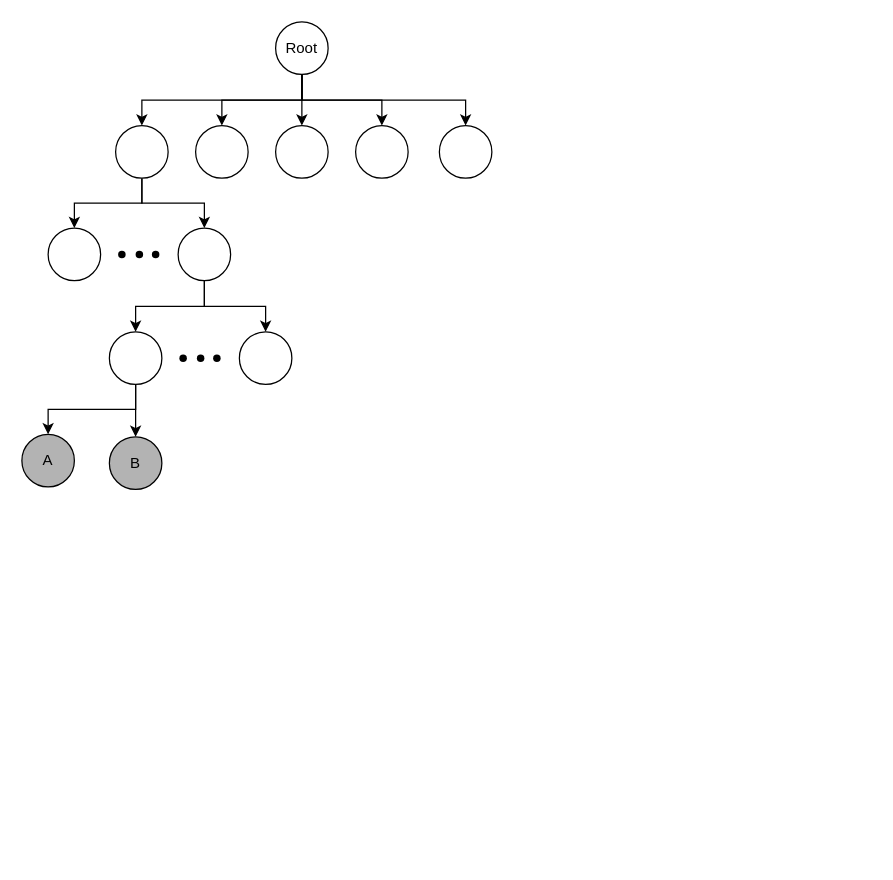
Earlier version of the draw.io diagram Pruner.drawio (peerlessbloom/Diagram). Source tidied: cells renumbered, new cells numbered last; positions are measured from the earlier drawing's top-left corner, leaving out a move shared by most shapes. Both pictures are drawn from the tidied source at 125%, with x=0, y=0 at pixel (21, 21).
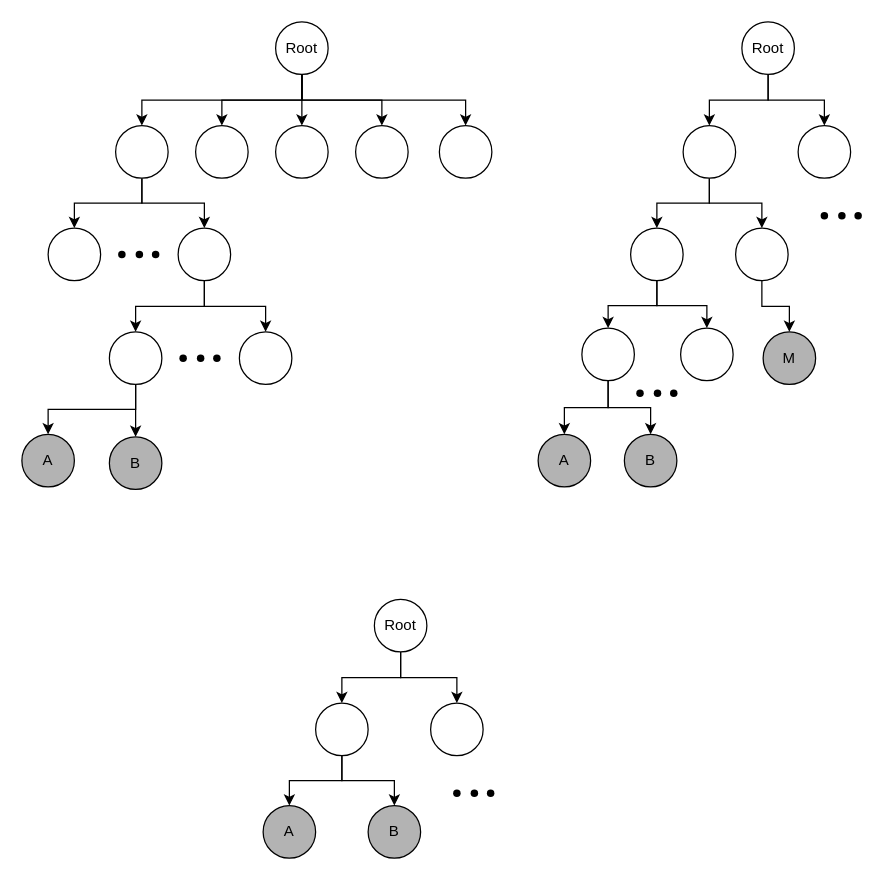
After the change.

Change to the diagram source:
```diff
@@
+    <mxCell id="31" style="edgeStyle=orthogonalEdgeStyle;rounded=0;jettySize=auto;html=1;exitX=0.5;exitY=1;exitDx=0;exitDy=0;" parent="1" edge="1" source="33" target="36">
+      <mxGeometry relative="1" as="geometry" />
+    </mxCell>
+    <mxCell id="32" style="edgeStyle=orthogonalEdgeStyle;rounded=0;jettySize=auto;html=1;exitX=0.5;exitY=1;exitDx=0;exitDy=0;" parent="1" edge="1" source="33" target="37">
+      <mxGeometry relative="1" as="geometry" />
+    </mxCell>
+    <mxCell id="33" value="Root" style="ellipse;whiteSpace=wrap;html=1;" parent="1" vertex="1">
+      <mxGeometry x="576" width="42" height="42" as="geometry" />
+    </mxCell>
+    <mxCell id="34" style="edgeStyle=orthogonalEdgeStyle;rounded=0;jettySize=auto;html=1;exitX=0.5;exitY=1;exitDx=0;exitDy=0;" parent="1" edge="1" source="36" target="40">
+      <mxGeometry relative="1" as="geometry" />
+    </mxCell>
+    <mxCell id="35" style="edgeStyle=orthogonalEdgeStyle;rounded=0;jettySize=auto;html=1;exitX=0.5;exitY=1;exitDx=0;exitDy=0;" parent="1" edge="1" source="36" target="38">
+      <mxGeometry relative="1" as="geometry" />
+    </mxCell>
+    <mxCell id="36" style="ellipse;whiteSpace=wrap;html=1;" parent="1" vertex="1">
+      <mxGeometry x="529" y="83" width="42" height="42" as="geometry" />
+    </mxCell>
+    <mxCell id="37" style="ellipse;whiteSpace=wrap;html=1;" parent="1" vertex="1">
+      <mxGeometry x="621" y="83" width="42" height="42" as="geometry" />
+    </mxCell>
+    <mxCell id="38" style="ellipse;whiteSpace=wrap;html=1;" parent="1" vertex="1">
+      <mxGeometry x="487" y="165" width="42" height="42" as="geometry" />
+    </mxCell>
+    <mxCell id="39" style="edgeStyle=orthogonalEdgeStyle;rounded=0;jettySize=auto;html=1;exitX=0.5;exitY=1;exitDx=0;exitDy=0;" parent="1" edge="1" source="40" target="67">
+      <mxGeometry relative="1" as="geometry" />
+    </mxCell>
+    <mxCell id="40" style="ellipse;whiteSpace=wrap;html=1;" parent="1" vertex="1">
+      <mxGeometry x="571" y="165" width="42" height="42" as="geometry" />
+    </mxCell>
+    <mxCell id="41" style="edgeStyle=orthogonalEdgeStyle;rounded=0;jettySize=auto;html=1;exitX=0.5;exitY=1;exitDx=0;exitDy=0;" parent="1" edge="1" source="38" target="46">
+      <mxGeometry relative="1" as="geometry" />
+    </mxCell>
+    <mxCell id="42" style="edgeStyle=orthogonalEdgeStyle;rounded=0;jettySize=auto;html=1;exitX=0.5;exitY=1;exitDx=0;exitDy=0;" parent="1" edge="1" source="38" target="45">
+      <mxGeometry relative="1" as="geometry" />
+    </mxCell>
+    <mxCell id="43" style="edgeStyle=orthogonalEdgeStyle;rounded=0;jettySize=auto;html=1;exitX=0.5;exitY=1;exitDx=0;exitDy=0;" parent="1" edge="1" source="45" target="53">
+      <mxGeometry relative="1" as="geometry" />
+    </mxCell>
+    <mxCell id="44" style="edgeStyle=orthogonalEdgeStyle;rounded=0;jettySize=auto;html=1;exitX=0.5;exitY=1;exitDx=0;exitDy=0;" parent="1" edge="1" source="45" target="54">
+      <mxGeometry relative="1" as="geometry" />
+    </mxCell>
+    <mxCell id="45" style="ellipse;whiteSpace=wrap;html=1;" parent="1" vertex="1">
+      <mxGeometry x="448" y="245" width="42" height="42" as="geometry" />
+    </mxCell>
+    <mxCell id="46" style="ellipse;whiteSpace=wrap;html=1;" parent="1" vertex="1">
+      <mxGeometry x="527" y="245" width="42" height="42" as="geometry" />
+    </mxCell>
+    <mxCell id="47" style="shape=waypoint;sketch=0;fillStyle=solid;size=6;fillColor=none;perimeter=centerPerimeter;" parent="1" vertex="1">
+      <mxGeometry x="498.5" y="287" width="20" height="20" as="geometry" />
+    </mxCell>
+    <mxCell id="48" style="shape=waypoint;sketch=0;fillStyle=solid;size=6;fillColor=none;perimeter=centerPerimeter;" parent="1" vertex="1">
+      <mxGeometry x="511.5" y="287" width="20" height="20" as="geometry" />
+    </mxCell>
+    <mxCell id="49" style="shape=waypoint;sketch=0;fillStyle=solid;size=6;fillColor=none;perimeter=centerPerimeter;" parent="1" vertex="1">
+      <mxGeometry x="484.5" y="287" width="20" height="20" as="geometry" />
+    </mxCell>
+    <mxCell id="50" style="shape=waypoint;sketch=0;fillStyle=solid;size=6;fillColor=none;perimeter=centerPerimeter;" parent="1" vertex="1">
+      <mxGeometry x="646" y="145" width="20" height="20" as="geometry" />
+    </mxCell>
+    <mxCell id="51" style="shape=waypoint;sketch=0;fillStyle=solid;size=6;fillColor=none;perimeter=centerPerimeter;" parent="1" vertex="1">
+      <mxGeometry x="659" y="145" width="20" height="20" as="geometry" />
+    </mxCell>
+    <mxCell id="52" style="shape=waypoint;sketch=0;fillStyle=solid;size=6;fillColor=none;perimeter=centerPerimeter;" parent="1" vertex="1">
+      <mxGeometry x="632" y="145" width="20" height="20" as="geometry" />
+    </mxCell>
+    <mxCell id="53" value="A" style="ellipse;whiteSpace=wrap;html=1;fillColor=#B3B3B3;" parent="1" vertex="1">
+      <mxGeometry x="413" y="330" width="42" height="42" as="geometry" />
+    </mxCell>
+    <mxCell id="54" value="B" style="ellipse;whiteSpace=wrap;html=1;fillColor=#B3B3B3;" parent="1" vertex="1">
+      <mxGeometry x="482" y="330" width="42" height="42" as="geometry" />
+    </mxCell>
+    <mxCell id="55" style="edgeStyle=orthogonalEdgeStyle;rounded=0;jettySize=auto;html=1;exitX=0.5;exitY=1;exitDx=0;exitDy=0;" parent="1" edge="1" source="57" target="60">
+      <mxGeometry relative="1" as="geometry" />
+    </mxCell>
+    <mxCell id="56" style="edgeStyle=orthogonalEdgeStyle;rounded=0;jettySize=auto;html=1;exitX=0.5;exitY=1;exitDx=0;exitDy=0;" parent="1" edge="1" source="57" target="61">
+      <mxGeometry relative="1" as="geometry" />
+    </mxCell>
+    <mxCell id="57" value="Root" style="ellipse;whiteSpace=wrap;html=1;" parent="1" vertex="1">
+      <mxGeometry x="282" y="462" width="42" height="42" as="geometry" />
+    </mxCell>
+    <mxCell id="58" style="edgeStyle=orthogonalEdgeStyle;rounded=0;jettySize=auto;html=1;exitX=0.5;exitY=1;exitDx=0;exitDy=0;" parent="1" edge="1" source="60" target="63">
+      <mxGeometry relative="1" as="geometry" />
+    </mxCell>
+    <mxCell id="59" style="edgeStyle=orthogonalEdgeStyle;rounded=0;jettySize=auto;html=1;exitX=0.5;exitY=1;exitDx=0;exitDy=0;" parent="1" edge="1" source="60" target="62">
+      <mxGeometry relative="1" as="geometry" />
+    </mxCell>
+    <mxCell id="60" style="ellipse;whiteSpace=wrap;html=1;" parent="1" vertex="1">
+      <mxGeometry x="235" y="545" width="42" height="42" as="geometry" />
+    </mxCell>
+    <mxCell id="61" style="ellipse;whiteSpace=wrap;html=1;" parent="1" vertex="1">
+      <mxGeometry x="327" y="545" width="42" height="42" as="geometry" />
+    </mxCell>
+    <mxCell id="62" value="A" style="ellipse;whiteSpace=wrap;html=1;fillColor=#B3B3B3;" parent="1" vertex="1">
+      <mxGeometry x="193" y="627" width="42" height="42" as="geometry" />
+    </mxCell>
+    <mxCell id="63" value="B" style="ellipse;whiteSpace=wrap;html=1;fillColor=#B3B3B3;" parent="1" vertex="1">
+      <mxGeometry x="277" y="627" width="42" height="42" as="geometry" />
+    </mxCell>
+    <mxCell id="64" style="shape=waypoint;sketch=0;fillStyle=solid;size=6;fillColor=none;perimeter=centerPerimeter;" parent="1" vertex="1">
+      <mxGeometry x="352" y="607" width="20" height="20" as="geometry" />
+    </mxCell>
+    <mxCell id="65" style="shape=waypoint;sketch=0;fillStyle=solid;size=6;fillColor=none;perimeter=centerPerimeter;" parent="1" vertex="1">
+      <mxGeometry x="365" y="607" width="20" height="20" as="geometry" />
+    </mxCell>
+    <mxCell id="66" style="shape=waypoint;sketch=0;fillStyle=solid;size=6;fillColor=none;perimeter=centerPerimeter;" parent="1" vertex="1">
+      <mxGeometry x="338" y="607" width="20" height="20" as="geometry" />
+    </mxCell>
+    <mxCell id="67" value="M" style="ellipse;whiteSpace=wrap;html=1;fillColor=#B3B3B3;" parent="1" vertex="1">
+      <mxGeometry x="593" y="248" width="42" height="42" as="geometry" />
+    </mxCell>
```
